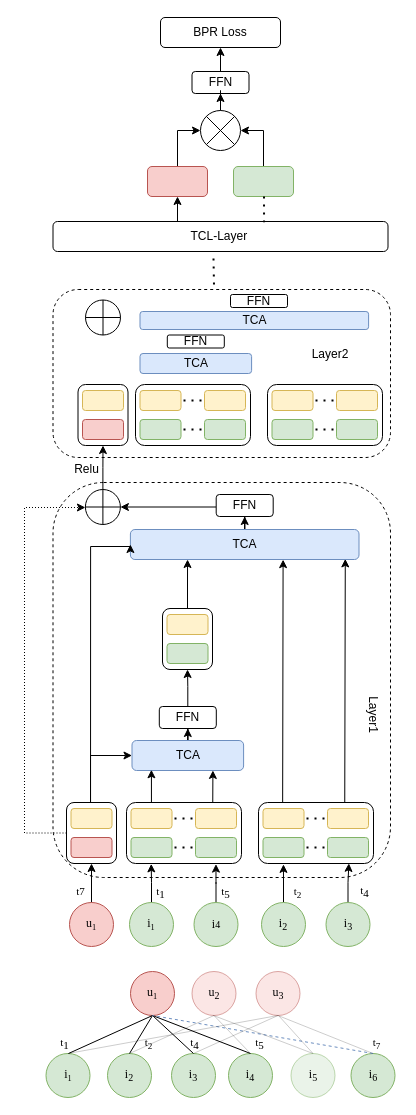
Before: MyGNN.drawio in ZYNsama666/BackUp, a draw.io diagram. Source tidied: cells renumbered, new cells numbered last; positions are measured from the earlier drawing's top-left corner, leaving out a move shared by most shapes. Both pictures are drawn from the tidied source at 100%, with x=0, y=0 at pixel (24, 17).
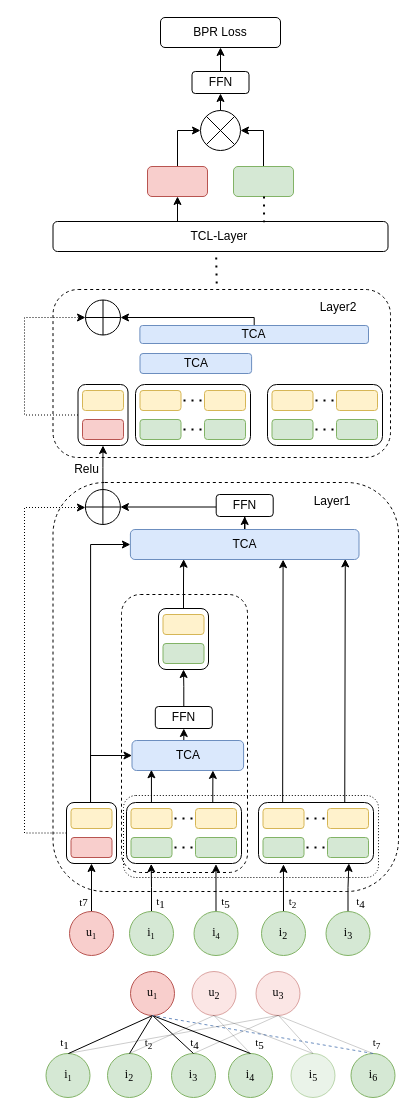
After the change.

Unchanged cells that the change refers to:
```xml
<mxCell id="8" value="FFN" style="rounded=1;whiteSpace=wrap;html=1;" parent="1" vertex="1">
  <mxGeometry x="167.5" y="54" width="57" height="22" as="geometry" />
</mxCell>
<mxCell id="10" style="ellipse;whiteSpace=wrap;html=1;" parent="1" vertex="1">
  <mxGeometry x="176" y="93" width="40" height="40" as="geometry" />
</mxCell>
<mxCell id="19" value="TCA" style="rounded=1;whiteSpace=wrap;html=1;fillColor=#dae8fc;strokeColor=#6c8ebf;" parent="1" vertex="1">
  <mxGeometry x="105.9" y="512" width="228.6" height="30" as="geometry" />
</mxCell>
<mxCell id="21" value="TCA" style="rounded=1;whiteSpace=wrap;html=1;fillColor=#dae8fc;strokeColor=#6c8ebf;" parent="1" vertex="1">
  <mxGeometry x="107.5" y="723" width="111.6" height="30" as="geometry" />
</mxCell>
<mxCell id="24" style="rounded=1;whiteSpace=wrap;html=1;" parent="1" vertex="1">
  <mxGeometry x="42" y="785" width="50" height="61" as="geometry" />
</mxCell>
<mxCell id="54" style="rounded=1;whiteSpace=wrap;html=1;" parent="1" vertex="1">
  <mxGeometry x="53.5" y="367" width="50" height="61" as="geometry" />
</mxCell>
<mxCell id="117" style="ellipse;whiteSpace=wrap;html=1;" parent="1" vertex="1">
  <mxGeometry x="61" y="282.5" width="35" height="35" as="geometry" />
</mxCell>
```

Diff of the diagram source:
```diff
@@
+    <mxCell id="17" style="rounded=1;whiteSpace=wrap;html=1;dashed=1;" parent="1" vertex="1">
+      <mxGeometry x="28.5" y="465" width="345.5" height="409" as="geometry" />
+    </mxCell>
@@
-    <mxCell id="9" style="edgeStyle=orthogonalEdgeStyle;rounded=0;jettySize=auto;html=1;entryX=0.5;entryY=1;entryDx=0;entryDy=0;" parent="1" edge="1" source="10" target="8">
-      <mxGeometry relative="1" as="geometry" />
-    </mxCell>
+    <mxCell id="127" style="rounded=1;whiteSpace=wrap;html=1;dashed=1;" parent="1" vertex="1">
+      <mxGeometry x="97" y="577" width="126" height="278" as="geometry" />
+    </mxCell>
@@
-    <mxCell id="17" style="rounded=1;whiteSpace=wrap;html=1;dashed=1;" parent="1" vertex="1">
-      <mxGeometry x="28.5" y="465" width="337.5" height="395" as="geometry" />
-    </mxCell>
@@
-    <mxCell id="20" style="edgeStyle=orthogonalEdgeStyle;rounded=0;jettySize=auto;html=1;entryX=0.5;entryY=1;entryDx=0;entryDy=0;" parent="1" edge="1" source="21" target="45">
-      <mxGeometry relative="1" as="geometry" />
+    <mxCell id="20" style="edgeStyle=orthogonalEdgeStyle;rounded=0;jettySize=auto;html=1;entryX=0.5;entryY=1;entryDx=0;entryDy=0;" parent="1" edge="1" target="45">
+      <mxGeometry relative="1" as="geometry">
+        <mxPoint x="159.3" y="723" as="sourcePoint" />
+      </mxGeometry>
     </mxCell>
@@
     <mxCell id="26" style="edgeStyle=orthogonalEdgeStyle;rounded=0;jettySize=auto;html=1;entryX=0;entryY=0.5;entryDx=0;entryDy=0;exitX=0.481;exitY=0.006;exitDx=0;exitDy=0;exitPerimeter=0;" parent="1" edge="1" source="24" target="19">
       <mxGeometry relative="1" as="geometry">
         <Array as="points">
-          <mxPoint x="66" y="529" />
-          <mxPoint x="106" y="529" />
+          <mxPoint x="66" y="527" />
         </Array>
       </mxGeometry>
     </mxCell>
@@
     <mxCell id="45" value="FFN" style="rounded=1;whiteSpace=wrap;html=1;" parent="1" vertex="1">
-      <mxGeometry x="134.8" y="689" width="57" height="22" as="geometry" />
+      <mxGeometry x="130.8" y="689" width="57" height="22" as="geometry" />
     </mxCell>
@@
+    <mxCell id="128" style="edgeStyle=orthogonalEdgeStyle;rounded=0;jettySize=auto;html=1;entryX=0;entryY=0.5;entryDx=0;entryDy=0;dashed=1;dashPattern=1 2;" parent="1" edge="1" source="54" target="117">
+      <mxGeometry relative="1" as="geometry">
+        <Array as="points">
+          <mxPoint y="397" />
+          <mxPoint y="300" />
+        </Array>
+      </mxGeometry>
+    </mxCell>
@@
-    <mxCell id="57" value="Layer1" style="text;html=1;strokeColor=none;fillColor=none;align=center;verticalAlign=middle;whiteSpace=wrap;rounded=0;rotation=90;" parent="1" vertex="1">
-      <mxGeometry x="318.5" y="682" width="60" height="30" as="geometry" />
+    <mxCell id="57" value="Layer1" style="text;html=1;strokeColor=none;fillColor=none;align=center;verticalAlign=middle;whiteSpace=wrap;rounded=0;rotation=0;" parent="1" vertex="1">
+      <mxGeometry x="278" y="469" width="60" height="30" as="geometry" />
     </mxCell>
     <mxCell id="58" value="Layer2" style="text;html=1;strokeColor=none;fillColor=none;align=center;verticalAlign=middle;whiteSpace=wrap;rounded=0;" parent="1" vertex="1">
-      <mxGeometry x="275.5" y="322" width="60" height="30" as="geometry" />
+      <mxGeometry x="284" y="275" width="60" height="30" as="geometry" />
     </mxCell>
     <mxCell id="59" style="endArrow=none;dashed=1;html=1;dashPattern=1 3;strokeWidth=2;rounded=0;entryX=0.63;entryY=0.026;entryDx=0;entryDy=0;entryPerimeter=0;" parent="1" edge="1">
       <mxGeometry relative="1" as="geometry">
-        <mxPoint x="189" y="241" as="sourcePoint" />
-        <mxPoint x="189.5" y="267" as="targetPoint" />
+        <mxPoint x="191.7" y="240" as="sourcePoint" />
+        <mxPoint x="192.2" y="266" as="targetPoint" />
       </mxGeometry>
     </mxCell>
@@
     <mxCell id="74" value="u&lt;span style=&quot;font-size: 10px;&quot;&gt;&lt;sub&gt;1&lt;/sub&gt;&lt;/span&gt;" style="ellipse;whiteSpace=wrap;html=1;fontFamily=Times New Roman;fillColor=#f8cecc;strokeColor=#b85450;" parent="1" vertex="1">
-      <mxGeometry x="45" y="885" width="44" height="44" as="geometry" />
+      <mxGeometry x="45" y="894" width="44" height="44" as="geometry" />
     </mxCell>
@@
     <mxCell id="77" value="i&lt;span style=&quot;font-size: 10px;&quot;&gt;&lt;sub&gt;1&lt;/sub&gt;&lt;/span&gt;" style="ellipse;whiteSpace=wrap;html=1;fontFamily=Times New Roman;fillColor=#d5e8d4;strokeColor=#82b366;" parent="1" vertex="1">
-      <mxGeometry x="105" y="885" width="44" height="44" as="geometry" />
+      <mxGeometry x="105" y="894" width="44" height="44" as="geometry" />
     </mxCell>
@@
     <mxCell id="79" value="i&lt;sub&gt;2&lt;/sub&gt;" style="ellipse;whiteSpace=wrap;html=1;fontFamily=Times New Roman;fillColor=#d5e8d4;strokeColor=#82b366;" parent="1" vertex="1">
-      <mxGeometry x="237" y="885" width="44" height="44" as="geometry" />
+      <mxGeometry x="237" y="894" width="44" height="44" as="geometry" />
     </mxCell>
@@
-    <mxCell id="81" value="i&lt;span style=&quot;font-size: 10px;&quot;&gt;4&lt;/span&gt;" style="ellipse;whiteSpace=wrap;html=1;fontFamily=Times New Roman;fillColor=#d5e8d4;strokeColor=#82b366;" parent="1" vertex="1">
-      <mxGeometry x="169.5" y="885" width="44" height="44" as="geometry" />
+    <mxCell id="81" value="i&lt;span style=&quot;font-size: 10px;&quot;&gt;&lt;sub&gt;4&lt;/sub&gt;&lt;/span&gt;" style="ellipse;whiteSpace=wrap;html=1;fontFamily=Times New Roman;fillColor=#d5e8d4;strokeColor=#82b366;" parent="1" vertex="1">
+      <mxGeometry x="169.5" y="894" width="44" height="44" as="geometry" />
     </mxCell>
@@
     <mxCell id="83" value="i&lt;sub&gt;3&lt;/sub&gt;" style="ellipse;whiteSpace=wrap;html=1;fontFamily=Times New Roman;fillColor=#d5e8d4;strokeColor=#82b366;" parent="1" vertex="1">
-      <mxGeometry x="301.5" y="885" width="44" height="44" as="geometry" />
+      <mxGeometry x="301.5" y="894" width="44" height="44" as="geometry" />
     </mxCell>
@@
     <mxCell id="89" value="&lt;font style=&quot;font-size: 11px;&quot; face=&quot;Times New Roman&quot;&gt;t7&lt;/font&gt;" style="text;html=1;align=center;verticalAlign=middle;strokeColor=none;fillColor=none;" parent="1" vertex="1">
-      <mxGeometry x="42" y="860" width="27" height="27" as="geometry" />
+      <mxGeometry x="45" y="871" width="27" height="27" as="geometry" />
     </mxCell>
     <mxCell id="90" value="&lt;font style=&quot;font-size: 11px;&quot; face=&quot;Times New Roman&quot;&gt;t&lt;sub style=&quot;font-size: 11px;&quot;&gt;1&lt;/sub&gt;&lt;/font&gt;" style="text;html=1;align=center;verticalAlign=middle;strokeColor=none;fillColor=none;" parent="1" vertex="1">
-      <mxGeometry x="122" y="860" width="27" height="30" as="geometry" />
+      <mxGeometry x="122.5" y="869.5" width="27" height="30" as="geometry" />
     </mxCell>
     <mxCell id="91" value="&lt;font style=&quot;font-size: 11px;&quot; face=&quot;Times New Roman&quot;&gt;t&lt;sub style=&quot;font-size: 11px;&quot;&gt;5&lt;/sub&gt;&lt;/font&gt;" style="text;html=1;align=center;verticalAlign=middle;strokeColor=none;fillColor=none;" parent="1" vertex="1">
-      <mxGeometry x="187" y="860" width="27" height="30" as="geometry" />
+      <mxGeometry x="187" y="869.5" width="27" height="30" as="geometry" />
     </mxCell>
     <mxCell id="92" value="&lt;font style=&quot;font-size: 11px;&quot; face=&quot;Times New Roman&quot;&gt;t&lt;sub&gt;2&lt;/sub&gt;&lt;/font&gt;" style="text;html=1;align=center;verticalAlign=middle;strokeColor=none;fillColor=none;" parent="1" vertex="1">
-      <mxGeometry x="259.5" y="860" width="27" height="30" as="geometry" />
+      <mxGeometry x="254" y="869.5" width="27" height="30" as="geometry" />
     </mxCell>
     <mxCell id="93" value="&lt;font style=&quot;font-size: 11px;&quot; face=&quot;Times New Roman&quot;&gt;t&lt;sub style=&quot;font-size: 11px;&quot;&gt;4&lt;/sub&gt;&lt;/font&gt;" style="text;html=1;align=center;verticalAlign=middle;strokeColor=none;fillColor=none;" parent="1" vertex="1">
-      <mxGeometry x="326" y="858.5" width="27" height="30" as="geometry" />
+      <mxGeometry x="322" y="869.5" width="27" height="30" as="geometry" />
     </mxCell>
@@
+    <mxCell id="129" style="edgeStyle=orthogonalEdgeStyle;rounded=0;jettySize=auto;html=1;entryX=1;entryY=0.5;entryDx=0;entryDy=0;" parent="1" edge="1" source="115" target="117">
+      <mxGeometry relative="1" as="geometry">
+        <Array as="points">
+          <mxPoint x="230" y="300" />
+        </Array>
+      </mxGeometry>
+    </mxCell>
     <mxCell id="115" value="TCA" style="rounded=1;whiteSpace=wrap;html=1;fillColor=#dae8fc;strokeColor=#6c8ebf;" parent="1" vertex="1">
-      <mxGeometry x="115.5" y="294" width="228.6" height="18" as="geometry" />
+      <mxGeometry x="115.4" y="308" width="228.6" height="18" as="geometry" />
     </mxCell>
@@
-    <mxCell id="120" value="FFN" style="rounded=1;whiteSpace=wrap;html=1;" parent="1" vertex="1">
-      <mxGeometry x="206" y="277" width="57" height="13" as="geometry" />
-    </mxCell>
-    <mxCell id="121" value="FFN" style="rounded=1;whiteSpace=wrap;html=1;" parent="1" vertex="1">
-      <mxGeometry x="142.8" y="317.5" width="57" height="13" as="geometry" />
-    </mxCell>
-    <mxCell id="122" style="edgeStyle=orthogonalEdgeStyle;rounded=0;jettySize=auto;html=1;entryX=0.25;entryY=1;entryDx=0;entryDy=0;" parent="1" edge="1" source="123" target="19">
+    <mxCell id="122" style="edgeStyle=orthogonalEdgeStyle;rounded=0;jettySize=auto;html=1;entryX=0.233;entryY=0.99;entryDx=0;entryDy=0;entryPerimeter=0;" parent="1" edge="1" source="123" target="19">
       <mxGeometry relative="1" as="geometry" />
     </mxCell>
     <mxCell id="123" style="rounded=1;whiteSpace=wrap;html=1;" parent="1" vertex="1">
-      <mxGeometry x="138" y="591" width="50" height="61" as="geometry" />
+      <mxGeometry x="134" y="591" width="50" height="61" as="geometry" />
     </mxCell>
     <mxCell id="124" style="rounded=1;whiteSpace=wrap;html=1;fillColor=#d5e8d4;strokeColor=#82b366;" parent="1" vertex="1">
-      <mxGeometry x="142.5" y="626" width="41" height="20" as="geometry" />
+      <mxGeometry x="138.5" y="626" width="41" height="20" as="geometry" />
     </mxCell>
     <mxCell id="125" style="rounded=1;whiteSpace=wrap;html=1;fillColor=#fff2cc;strokeColor=#d6b656;" parent="1" vertex="1">
-      <mxGeometry x="142.5" y="597" width="41" height="20" as="geometry" />
+      <mxGeometry x="138.5" y="597" width="41" height="20" as="geometry" />
     </mxCell>
@@
+    <mxCell id="9" style="endArrow=classic;html=1;rounded=0;exitX=0.5;exitY=0;exitDx=0;exitDy=0;entryX=0.5;entryY=1;entryDx=0;entryDy=0;" parent="1" edge="1" source="10" target="8">
+      <mxGeometry relative="1" as="geometry" />
+    </mxCell>
+    <mxCell id="130" style="rounded=1;whiteSpace=wrap;html=1;fillStyle=solid;gradientColor=default;fillColor=none;dashed=1;dashPattern=1 2;" parent="1" vertex="1">
+      <mxGeometry x="99" y="778" width="255" height="82" as="geometry" />
+    </mxCell>
```
